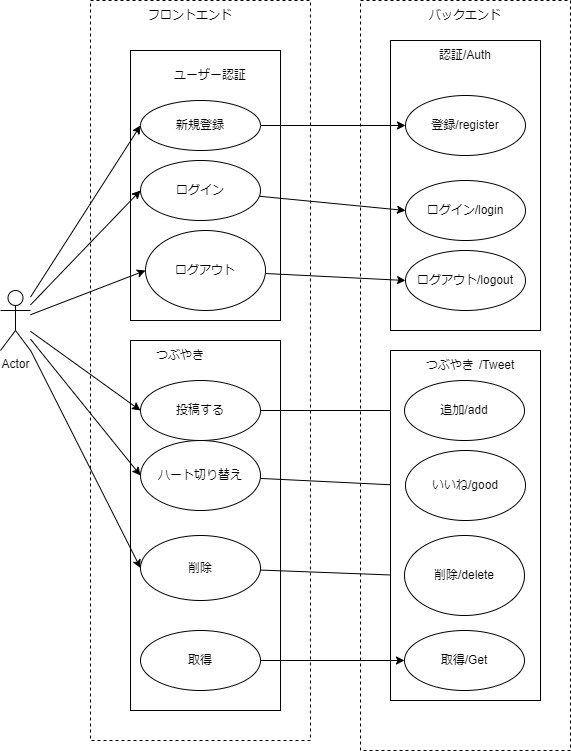
The draw.io diagram 設計/usecase.drawio.png in junnichi-tajima/SNS_test, before a commit. Source tidied: cells renumbered, new cells last; positions are measured from the earlier drawing's top-left corner, leaving out a move shared by most shapes.
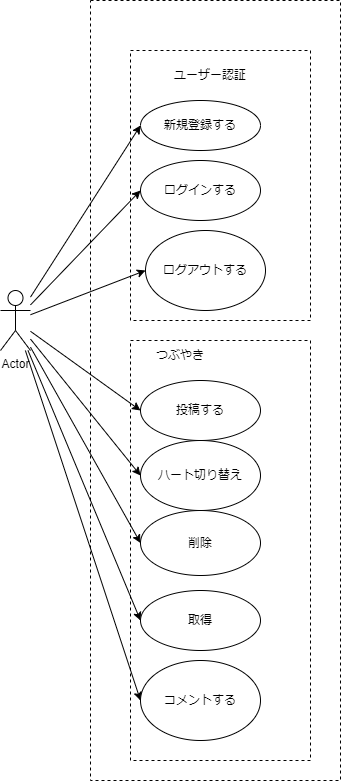
The same file after the commit.

Diff of the diagram source:
```diff
@@ -3,20 +3,14 @@
     <mxCell id="0" />
     <mxCell id="1" parent="0" />
     <mxCell id="2" style="rounded=0;whiteSpace=wrap;html=1;dashed=1;" parent="1" vertex="1">
-      <mxGeometry x="90" width="220" height="740" as="geometry" />
+      <mxGeometry x="90" width="250" height="780" as="geometry" />
     </mxCell>
-    <mxCell id="3" style="rounded=0;whiteSpace=wrap;html=1;" parent="1" vertex="1">
-      <mxGeometry x="130" y="50" width="150" height="270" as="geometry" />
+    <mxCell id="3" style="rounded=0;whiteSpace=wrap;html=1;dashed=1;" parent="1" vertex="1">
+      <mxGeometry x="130" y="50" width="180" height="270" as="geometry" />
     </mxCell>
-    <mxCell id="4" style="rounded=0;whiteSpace=wrap;html=1;" parent="1" vertex="1">
-      <mxGeometry x="130" y="340" width="150" height="370" as="geometry" />
+    <mxCell id="4" style="rounded=0;whiteSpace=wrap;html=1;dashed=1;" parent="1" vertex="1">
+      <mxGeometry x="130" y="340" width="180" height="420" as="geometry" />
     </mxCell>
-    <mxCell id="5" style="rounded=0;whiteSpace=wrap;html=1;dashed=1;" parent="1" vertex="1">
-      <mxGeometry x="360" width="210" height="750" as="geometry" />
-    </mxCell>
-    <mxCell id="6" style="rounded=0;whiteSpace=wrap;html=1;" parent="1" vertex="1">
-      <mxGeometry x="390" y="40" width="150" height="290" as="geometry" />
-    </mxCell>
     <mxCell id="7" style="edgeStyle=none;html=1;entryX=0;entryY=0.5;entryDx=0;entryDy=0;" parent="1" edge="1" source="13" target="19">
       <mxGeometry relative="1" as="geometry" />
     </mxCell>
@@ -35,6 +29,12 @@
     <mxCell id="12" style="edgeStyle=none;html=1;entryX=0;entryY=0.5;entryDx=0;entryDy=0;" parent="1" edge="1" source="13" target="29">
       <mxGeometry relative="1" as="geometry" />
     </mxCell>
+    <mxCell id="42" style="edgeStyle=none;html=1;entryX=0;entryY=0.5;entryDx=0;entryDy=0;" parent="1" edge="1" source="13" target="44">
+      <mxGeometry relative="1" as="geometry" />
+    </mxCell>
+    <mxCell id="43" style="edgeStyle=none;html=1;entryX=0;entryY=0.5;entryDx=0;entryDy=0;" parent="1" edge="1" source="13" target="40">
+      <mxGeometry relative="1" as="geometry" />
+    </mxCell>
     <mxCell id="13" value="Actor" style="shape=umlActor;verticalLabelPosition=bottom;verticalAlign=top;html=1;outlineConnect=0;" parent="1" vertex="1">
       <mxGeometry y="290" width="30" height="60" as="geometry" />
     </mxCell>
@@ -44,83 +44,29 @@
     <mxCell id="15" value="つぶやき" style="text;html=1;strokeColor=none;fillColor=none;align=center;verticalAlign=middle;whiteSpace=wrap;rounded=0;" parent="1" vertex="1">
       <mxGeometry x="150" y="340" width="60" height="30" as="geometry" />
     </mxCell>
-    <mxCell id="16" value="フロントエンド" style="text;html=1;strokeColor=none;fillColor=none;align=center;verticalAlign=middle;whiteSpace=wrap;rounded=0;dashed=1;" parent="1" vertex="1">
-      <mxGeometry x="140" width="100" height="30" as="geometry" />
-    </mxCell>
-    <mxCell id="17" value="バックエンド" style="text;html=1;strokeColor=none;fillColor=none;align=center;verticalAlign=middle;whiteSpace=wrap;rounded=0;dashed=1;" parent="1" vertex="1">
-      <mxGeometry x="415" width="100" height="30" as="geometry" />
-    </mxCell>
-    <mxCell id="18" style="edgeStyle=none;html=1;entryX=0;entryY=0.5;entryDx=0;entryDy=0;" parent="1" edge="1" source="19" target="30">
-      <mxGeometry relative="1" as="geometry" />
-    </mxCell>
-    <mxCell id="19" value="新規登録" style="ellipse;whiteSpace=wrap;html=1;" parent="1" vertex="1">
+    <mxCell id="19" value="新規登録する" style="ellipse;whiteSpace=wrap;html=1;" parent="1" vertex="1">
       <mxGeometry x="140" y="100" width="120" height="50" as="geometry" />
     </mxCell>
-    <mxCell id="20" style="edgeStyle=none;html=1;entryX=0;entryY=0.5;entryDx=0;entryDy=0;" parent="1" edge="1" source="21" target="31">
-      <mxGeometry relative="1" as="geometry" />
-    </mxCell>
-    <mxCell id="21" value="ログイン" style="ellipse;whiteSpace=wrap;html=1;" parent="1" vertex="1">
+    <mxCell id="21" value="ログインする" style="ellipse;whiteSpace=wrap;html=1;" parent="1" vertex="1">
       <mxGeometry x="140" y="160" width="120" height="60" as="geometry" />
     </mxCell>
-    <mxCell id="22" style="edgeStyle=none;html=1;entryX=0;entryY=0.5;entryDx=0;entryDy=0;" parent="1" edge="1" source="23" target="32">
-      <mxGeometry relative="1" as="geometry" />
-    </mxCell>
-    <mxCell id="23" value="ログアウト" style="ellipse;whiteSpace=wrap;html=1;" parent="1" vertex="1">
+    <mxCell id="23" value="ログアウトする" style="ellipse;whiteSpace=wrap;html=1;" parent="1" vertex="1">
       <mxGeometry x="145" y="230" width="120" height="80" as="geometry" />
     </mxCell>
-    <mxCell id="24" style="edgeStyle=none;html=1;entryX=0;entryY=0.5;entryDx=0;entryDy=0;" parent="1" edge="1" source="25" target="36">
-      <mxGeometry relative="1" as="geometry" />
-    </mxCell>
     <mxCell id="25" value="投稿する" style="ellipse;whiteSpace=wrap;html=1;" parent="1" vertex="1">
       <mxGeometry x="140" y="380" width="120" height="60" as="geometry" />
     </mxCell>
-    <mxCell id="26" style="edgeStyle=none;html=1;entryX=0;entryY=0.5;entryDx=0;entryDy=0;" parent="1" edge="1" source="27" target="37">
-      <mxGeometry relative="1" as="geometry" />
-    </mxCell>
     <mxCell id="27" value="ハート切り替え" style="ellipse;whiteSpace=wrap;html=1;" parent="1" vertex="1">
       <mxGeometry x="140" y="440" width="120" height="70" as="geometry" />
     </mxCell>
-    <mxCell id="28" style="edgeStyle=none;html=1;entryX=0;entryY=0.5;entryDx=0;entryDy=0;" parent="1" edge="1" source="29" target="38">
-      <mxGeometry relative="1" as="geometry" />
-    </mxCell>
     <mxCell id="29" value="削除" style="ellipse;whiteSpace=wrap;html=1;" parent="1" vertex="1">
-      <mxGeometry x="140" y="535" width="120" height="65" as="geometry" />
+      <mxGeometry x="140" y="510" width="120" height="65" as="geometry" />
     </mxCell>
-    <mxCell id="30" value="登録/register" style="ellipse;whiteSpace=wrap;html=1;" parent="1" vertex="1">
-      <mxGeometry x="405" y="95" width="120" height="60" as="geometry" />
-    </mxCell>
-    <mxCell id="31" value="ログイン/login" style="ellipse;whiteSpace=wrap;html=1;" parent="1" vertex="1">
-      <mxGeometry x="405" y="180" width="120" height="60" as="geometry" />
-    </mxCell>
-    <mxCell id="32" value="ログアウト/logout" style="ellipse;whiteSpace=wrap;html=1;" parent="1" vertex="1">
-      <mxGeometry x="405" y="250" width="120" height="60" as="geometry" />
-    </mxCell>
-    <mxCell id="33" value="認証/Auth" style="text;html=1;strokeColor=none;fillColor=none;align=center;verticalAlign=middle;whiteSpace=wrap;rounded=0;" parent="1" vertex="1">
-      <mxGeometry x="435" y="40" width="60" height="30" as="geometry" />
-    </mxCell>
-    <mxCell id="34" style="rounded=0;whiteSpace=wrap;html=1;" parent="1" vertex="1">
-      <mxGeometry x="390" y="350" width="150" height="350" as="geometry" />
-    </mxCell>
-    <mxCell id="35" value="つぶやき&lt;span style=&quot;white-space: pre&quot;&gt;&#9;&lt;/span&gt;/Tweet" style="text;html=1;strokeColor=none;fillColor=none;align=center;verticalAlign=middle;whiteSpace=wrap;rounded=0;" parent="1" vertex="1">
-      <mxGeometry x="410" y="350" width="120" height="30" as="geometry" />
-    </mxCell>
-    <mxCell id="36" value="追加/add" style="ellipse;whiteSpace=wrap;html=1;" parent="1" vertex="1">
-      <mxGeometry x="404" y="380" width="120" height="60" as="geometry" />
-    </mxCell>
-    <mxCell id="37" value="いいね/good" style="ellipse;whiteSpace=wrap;html=1;" parent="1" vertex="1">
-      <mxGeometry x="405" y="450" width="120" height="70" as="geometry" />
-    </mxCell>
-    <mxCell id="38" value="削除/delete" style="ellipse;whiteSpace=wrap;html=1;" parent="1" vertex="1">
-      <mxGeometry x="404" y="535" width="120" height="80" as="geometry" />
-    </mxCell>
-    <mxCell id="39" style="edgeStyle=none;html=1;entryX=0;entryY=0.5;entryDx=0;entryDy=0;" parent="1" edge="1" source="40" target="41">
-      <mxGeometry relative="1" as="geometry" />
-    </mxCell>
     <mxCell id="40" value="取得" style="ellipse;whiteSpace=wrap;html=1;" parent="1" vertex="1">
-      <mxGeometry x="140" y="630" width="120" height="60" as="geometry" />
+      <mxGeometry x="140" y="590" width="120" height="60" as="geometry" />
     </mxCell>
-    <mxCell id="41" value="取得/Get" style="ellipse;whiteSpace=wrap;html=1;" parent="1" vertex="1">
-      <mxGeometry x="404" y="630" width="120" height="60" as="geometry" />
-    </mxCell>
+    <mxCell id="44" value="コメントする" style="ellipse;whiteSpace=wrap;html=1;" parent="1" vertex="1">
+      <mxGeometry x="140" y="660" width="120" height="80" as="geometry" />
+    </mxCell>
   </root>
 </mxGraphModel>
```
